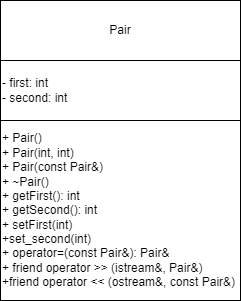
This is labs_2sem/13_class/class_4.png from NoToGrind/LABS_2024_2SEM_PSTU, a draw.io export, as it was before one commit. Source tidied: cells renumbered, new cells last; positions are measured from the earlier drawing's top-left corner, leaving out a move shared by most shapes. Its diagram source:
```xml
<mxGraphModel>
  <root>
    <mxCell id="0" />
    <mxCell id="1" parent="0" />
    <mxCell id="2" value="Pair" style="rounded=0;whiteSpace=wrap;html=1;" parent="1" vertex="1">
      <mxGeometry width="240" height="60" as="geometry" />
    </mxCell>
    <mxCell id="3" value="- first: int&lt;div&gt;- second: int&lt;/div&gt;" style="rounded=0;whiteSpace=wrap;html=1;align=left;" parent="1" vertex="1">
      <mxGeometry y="60" width="240" height="60" as="geometry" />
    </mxCell>
    <mxCell id="4" value="+ Pair()&lt;div&gt;+ Pair(int, int)&lt;/div&gt;&lt;div&gt;+ Pair(const Pair&amp;amp;)&lt;/div&gt;&lt;div&gt;+ ~Pair()&lt;/div&gt;&lt;div&gt;+ getFirst(): int&lt;/div&gt;&lt;div&gt;+ getSecond(): int&lt;/div&gt;&lt;div&gt;+ setFirst(int)&lt;/div&gt;&lt;div&gt;+set_second(int)&lt;/div&gt;&lt;div&gt;+ operator=(const Pair&amp;amp;): Pair&amp;amp;&lt;/div&gt;&lt;div&gt;+ friend operator &amp;gt;&amp;gt; (istream&amp;amp;, Pair&amp;amp;)&lt;/div&gt;&lt;div&gt;+friend operator &amp;lt;&amp;lt; (ostream&amp;amp;, const Pair&amp;amp;)&lt;/div&gt;" style="rounded=0;whiteSpace=wrap;html=1;align=left;" parent="1" vertex="1">
      <mxGeometry y="120" width="240" height="180" as="geometry" />
    </mxCell>
  </root>
</mxGraphModel>
```
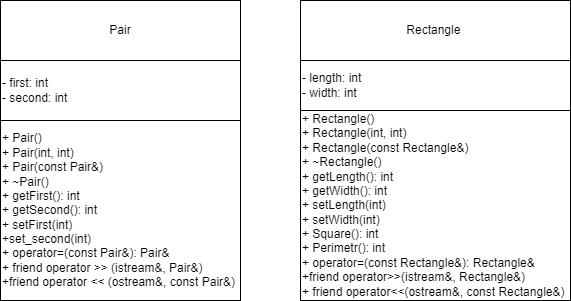
Above is the later version.

Diff of the diagram source:
```diff
@@ -11,5 +11,14 @@
     <mxCell id="4" value="+ Pair()&lt;div&gt;+ Pair(int, int)&lt;/div&gt;&lt;div&gt;+ Pair(const Pair&amp;amp;)&lt;/div&gt;&lt;div&gt;+ ~Pair()&lt;/div&gt;&lt;div&gt;+ getFirst(): int&lt;/div&gt;&lt;div&gt;+ getSecond(): int&lt;/div&gt;&lt;div&gt;+ setFirst(int)&lt;/div&gt;&lt;div&gt;+set_second(int)&lt;/div&gt;&lt;div&gt;+ operator=(const Pair&amp;amp;): Pair&amp;amp;&lt;/div&gt;&lt;div&gt;+ friend operator &amp;gt;&amp;gt; (istream&amp;amp;, Pair&amp;amp;)&lt;/div&gt;&lt;div&gt;+friend operator &amp;lt;&amp;lt; (ostream&amp;amp;, const Pair&amp;amp;)&lt;/div&gt;" style="rounded=0;whiteSpace=wrap;html=1;align=left;" parent="1" vertex="1">
       <mxGeometry y="120" width="240" height="180" as="geometry" />
     </mxCell>
+    <mxCell id="5" value="Rectangle&amp;nbsp;" style="rounded=0;whiteSpace=wrap;html=1;" parent="1" vertex="1">
+      <mxGeometry x="300" width="270" height="60" as="geometry" />
+    </mxCell>
+    <mxCell id="6" value="- length: int&lt;br&gt;- width: int" style="rounded=0;whiteSpace=wrap;html=1;align=left;" parent="1" vertex="1">
+      <mxGeometry x="300" y="60" width="270" height="50" as="geometry" />
+    </mxCell>
+    <mxCell id="7" value="+ Rectangle()&lt;div&gt;+ Rectangle(int, int)&lt;/div&gt;&lt;div&gt;+ Rectangle(const Rectangle&amp;amp;)&lt;br&gt;+ ~Rectangle()&lt;br&gt;+ getLength(): int&lt;br&gt;+ getWidth(): int&lt;/div&gt;&lt;div&gt;+ setLength(int)&lt;/div&gt;&lt;div&gt;+ setWidth(int)&lt;/div&gt;&lt;div&gt;+ Square(): int&lt;/div&gt;&lt;div&gt;+ Perimetr(): int&lt;br&gt;+ operator=(const Rectangle&amp;amp;): Rectangle&amp;amp;&lt;/div&gt;&lt;div&gt;+friend operator&amp;gt;&amp;gt;(istream&amp;amp;, Rectangle&amp;amp;)&lt;br&gt;+ friend operator&amp;lt;&amp;lt;(ostream&amp;amp;, const Rectangle&amp;amp;)&lt;/div&gt;" style="rounded=0;whiteSpace=wrap;html=1;align=left;" parent="1" vertex="1">
+      <mxGeometry x="300" y="110" width="270" height="190" as="geometry" />
+    </mxCell>
   </root>
 </mxGraphModel>
```
